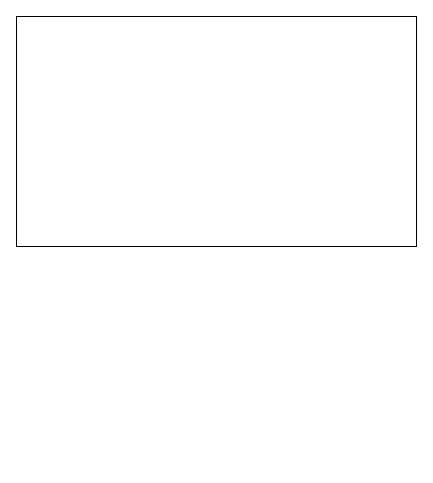
This is Untitled Diagram.drawio from KevinCordoba/Proyecto_POO_1, a draw.io file, before an edit. Source tidied: cells renumbered, new cells numbered last; positions are measured from the earlier drawing's top-left corner, leaving out a move shared by most shapes. Both pictures are drawn from the tidied source at 100%, with x=0, y=0 at pixel (16, 16).
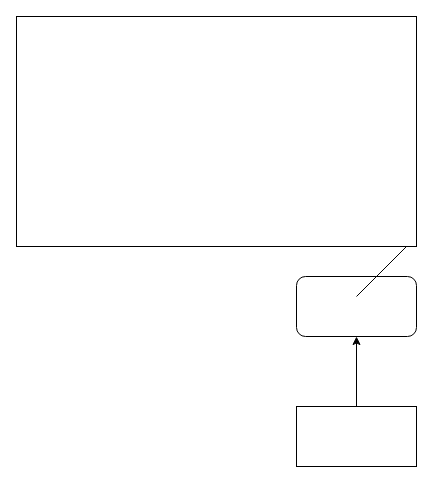
The same diagram, later.

What changed in the source:
```diff
@@
 <mxGraphModel>
   <root>
     <mxCell id="0" />
     <mxCell id="1" parent="0" />
     <mxCell id="2" style="rounded=0;whiteSpace=wrap;html=1;" parent="1" vertex="1">
       <mxGeometry width="400" height="230" as="geometry" />
     </mxCell>
+    <mxCell id="3" style="rounded=1;whiteSpace=wrap;html=1;" parent="1" vertex="1">
+      <mxGeometry x="280" y="260" width="120" height="60" as="geometry" />
+    </mxCell>
+    <mxCell id="4" style="edgeStyle=orthogonalEdgeStyle;rounded=0;jettySize=auto;html=1;exitX=0.5;exitY=0;exitDx=0;exitDy=0;entryX=0.5;entryY=1;entryDx=0;entryDy=0;" parent="1" edge="1" source="5" target="3">
+      <mxGeometry relative="1" as="geometry" />
+    </mxCell>
+    <mxCell id="5" style="rounded=0;whiteSpace=wrap;html=1;" parent="1" vertex="1">
+      <mxGeometry x="280" y="390" width="120" height="60" as="geometry" />
+    </mxCell>
+    <mxCell id="6" style="endArrow=none;html=1;" parent="1" edge="1">
+      <mxGeometry relative="1" as="geometry">
+        <mxPoint x="340" y="280" as="sourcePoint" />
+        <mxPoint x="390" y="230" as="targetPoint" />
+      </mxGeometry>
+    </mxCell>
   </root>
 </mxGraphModel>
```
